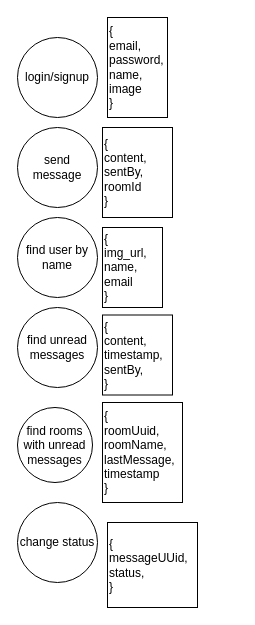
Above: page "json_payloads" (2 of 3) of plan.drawio in AyushDocs/whatsapp-spring-cloud-next-clone (draw.io), before the change. Source tidied: cells renumbered, new cells numbered last; positions are measured from the earlier drawing's top-left corner, leaving out a move shared by most shapes. Both pictures are drawn from the tidied source at 100%, with x=0, y=0 at pixel (17, 17).
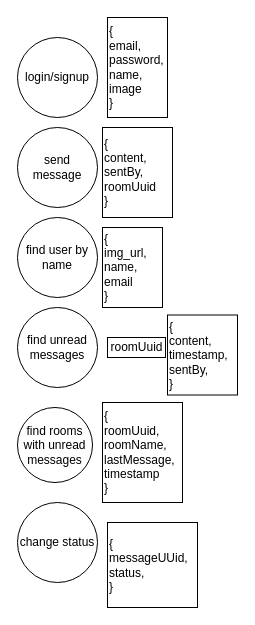
Above is the later version.

What changed in the source:
```diff
@@
 <mxGraphModel>
   <root>
     <mxCell id="0" />
     <mxCell id="1" parent="0" />
     <mxCell id="2" value="login/signup" style="ellipse;whiteSpace=wrap;html=1;" parent="1" vertex="1">
       <mxGeometry y="20" width="80" height="80" as="geometry" />
     </mxCell>
     <mxCell id="3" value="send message" style="ellipse;whiteSpace=wrap;html=1;" parent="1" vertex="1">
       <mxGeometry y="110" width="80" height="80" as="geometry" />
     </mxCell>
     <mxCell id="4" value="find user by name" style="ellipse;whiteSpace=wrap;html=1;" parent="1" vertex="1">
       <mxGeometry y="200" width="80" height="80" as="geometry" />
     </mxCell>
     <mxCell id="5" value="find unread messages" style="ellipse;whiteSpace=wrap;html=1;" parent="1" vertex="1">
       <mxGeometry y="290" width="80" height="80" as="geometry" />
     </mxCell>
     <mxCell id="6" value="change status" style="ellipse;whiteSpace=wrap;html=1;" parent="1" vertex="1">
       <mxGeometry y="485" width="80" height="80" as="geometry" />
     </mxCell>
     <mxCell id="7" value="find rooms with unread messages" style="ellipse;whiteSpace=wrap;html=1;" parent="1" vertex="1">
       <mxGeometry y="390" width="75" height="75" as="geometry" />
     </mxCell>
     <mxCell id="8" value="{&lt;br&gt;img_url,&lt;br&gt;name,&lt;br&gt;email&lt;br&gt;}&lt;div&gt;&lt;/div&gt;" style="rounded=0;whiteSpace=wrap;html=1;align=left;" parent="1" vertex="1">
       <mxGeometry x="85" y="210" width="60" height="80" as="geometry" />
     </mxCell>
     <mxCell id="9" value="{&lt;br&gt;roomUuid,&lt;br&gt;roomName,&lt;br&gt;lastMessage,&lt;br&gt;timestamp&lt;br&gt;}" style="rounded=0;whiteSpace=wrap;html=1;align=left;" parent="1" vertex="1">
       <mxGeometry x="85" y="385" width="80" height="100" as="geometry" />
     </mxCell>
     <mxCell id="10" value="{&lt;br&gt;content,&lt;br&gt;timestamp,&lt;br&gt;sentBy,&lt;br&gt;}" style="rounded=0;whiteSpace=wrap;html=1;align=left;" parent="1" vertex="1">
-      <mxGeometry x="85" y="297.5" width="70" height="80" as="geometry" />
+      <mxGeometry x="150" y="297.5" width="70" height="80" as="geometry" />
     </mxCell>
-    <mxCell id="11" value="{&lt;br&gt;content,&lt;br&gt;sentBy,&lt;br&gt;roomId&lt;br&gt;}" style="rounded=0;whiteSpace=wrap;html=1;align=left;" parent="1" vertex="1">
+    <mxCell id="11" value="{&lt;br&gt;content,&lt;br&gt;sentBy,&lt;br&gt;roomUuid&lt;br&gt;}" style="rounded=0;whiteSpace=wrap;html=1;align=left;" parent="1" vertex="1">
       <mxGeometry x="85" y="110" width="70" height="90" as="geometry" />
     </mxCell>
     <mxCell id="12" value="{&lt;br&gt;email,&lt;br&gt;password,&lt;br&gt;name,&lt;br&gt;image&lt;br&gt;&lt;div&gt;&lt;span&gt;}&lt;/span&gt;&lt;/div&gt;" style="rounded=0;whiteSpace=wrap;html=1;align=left;" parent="1" vertex="1">
       <mxGeometry x="90" width="60" height="100" as="geometry" />
     </mxCell>
     <mxCell id="13" value="{&lt;br&gt;messageUUid,&lt;br&gt;status,&lt;br&gt;}" style="rounded=0;whiteSpace=wrap;html=1;align=left;" parent="1" vertex="1">
       <mxGeometry x="90" y="505" width="90" height="85" as="geometry" />
     </mxCell>
+    <mxCell id="14" value="roomUuid" style="html=1;" parent="1" vertex="1">
+      <mxGeometry x="90" y="320" width="58" height="20" as="geometry" />
+    </mxCell>
   </root>
 </mxGraphModel>
```
